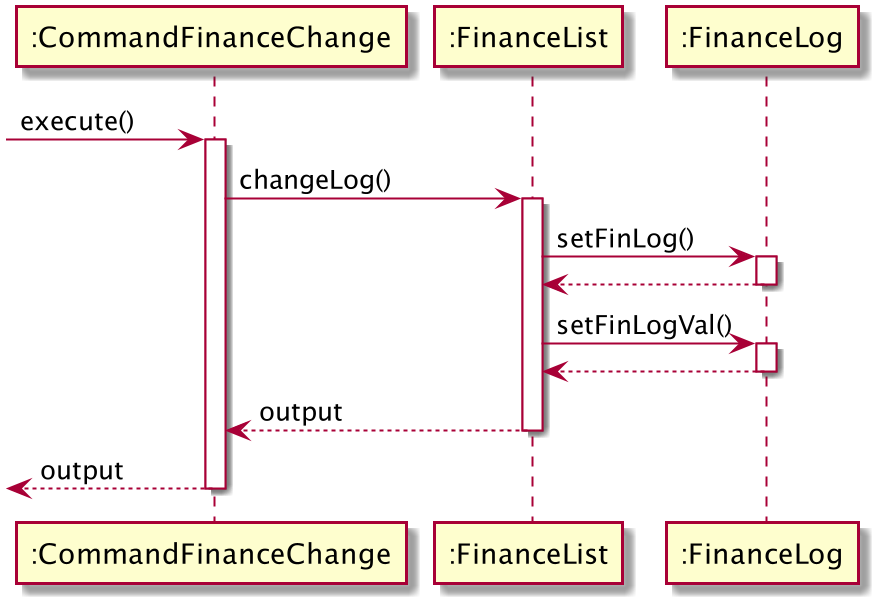
Above: docs/financeDiagramPic/CommandFinanceChange.png in nus-cs2113-AY2021S1/tp (PlantUML), before the change.
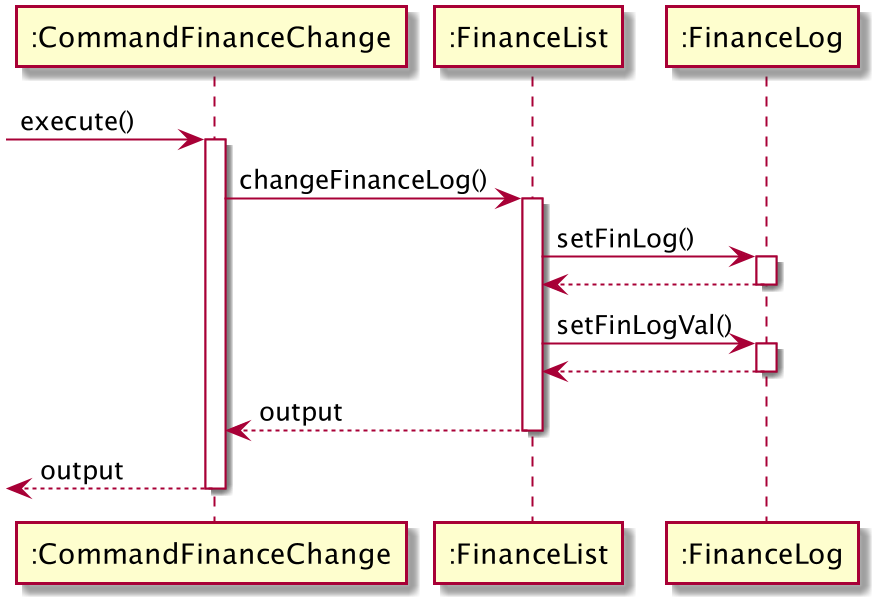
After the change.

Diff of the diagram source:
```diff
@@ -4,7 +4,7 @@
 participant ":FinanceLog" as FinanceLog
 ->CommandFinanceChange:execute()
 activate CommandFinanceChange
-CommandFinanceChange -> FinanceList : changeLog()
+CommandFinanceChange -> FinanceList : changeFinanceLog()
 activate FinanceList
 FinanceList -> FinanceLog: setFinLog()
 activate FinanceLog
```
